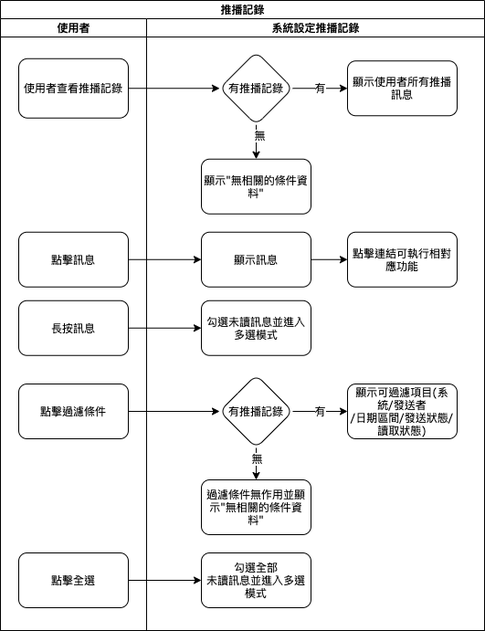
Before: 8.10.0/UPDATE/ITEM_2/MAE/image/workflow_record.png, a diagram exported from draw.io (ArcareRD/sadocs). Source tidied: cells renumbered, new cells last; positions are measured from the earlier drawing's top-left corner, leaving out a move shared by most shapes.
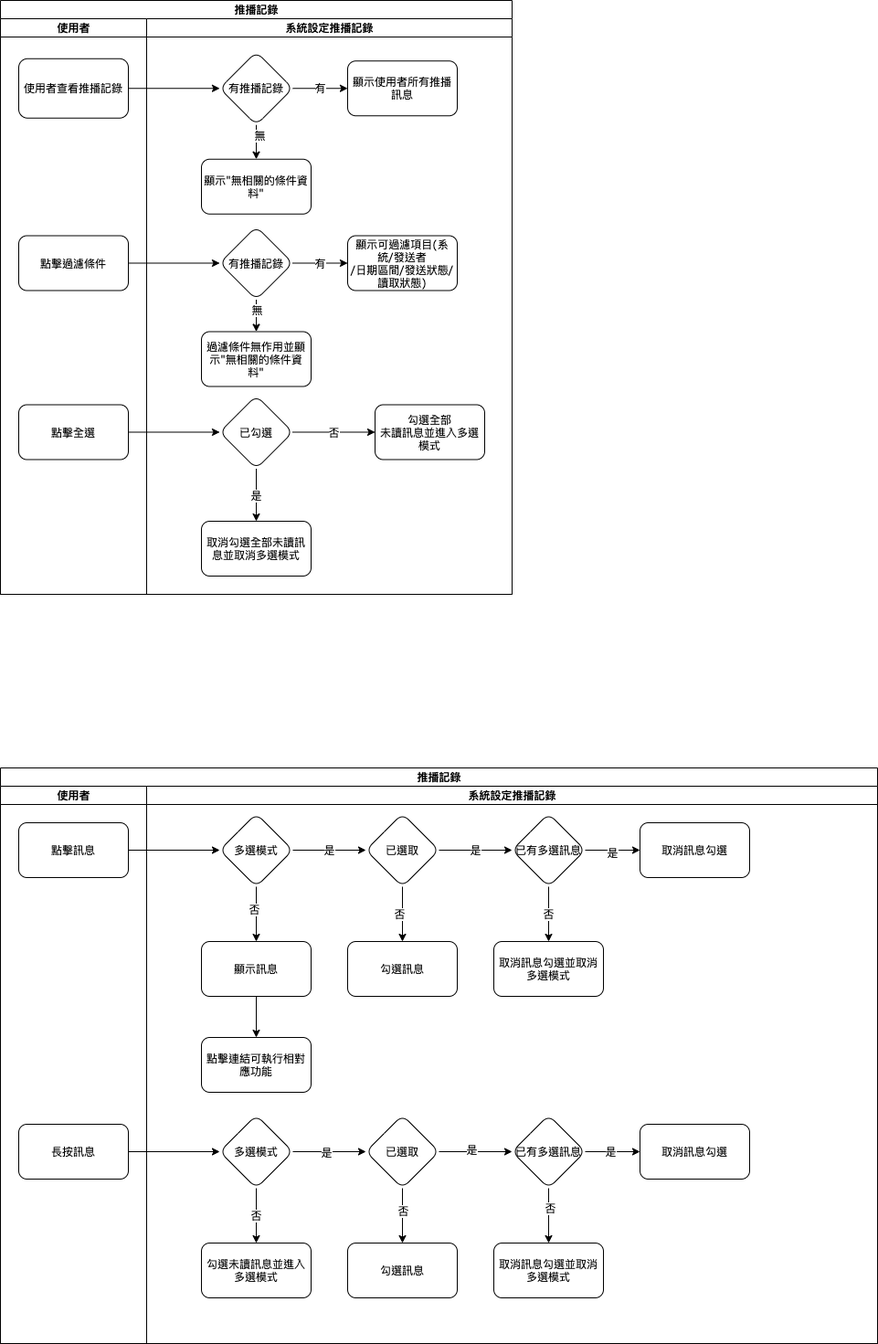
After the commit.

Commit message:
notification workflow

The edit, as a diff of the source:
```diff
@@ -3,56 +3,35 @@
     <mxCell id="0" />
     <mxCell id="1" parent="0" />
     <mxCell id="2" value="推播記錄" style="swimlane;html=1;startSize=20;rounded=0;shadow=0;labelBackgroundColor=none;strokeWidth=1;fontFamily=Verdana;fontSize=8;align=center;" parent="1" vertex="1">
-      <mxGeometry width="530" height="690" as="geometry" />
+      <mxGeometry width="560" height="650" as="geometry" />
     </mxCell>
     <mxCell id="3" value="使用者" style="swimlane;html=1;startSize=20;" parent="2" vertex="1">
-      <mxGeometry y="20" width="160" height="670" as="geometry" />
+      <mxGeometry y="20" width="160" height="630" as="geometry" />
     </mxCell>
     <mxCell id="4" value="使用者查看推播記錄" style="rounded=1;whiteSpace=wrap;html=1;shadow=0;labelBackgroundColor=none;strokeWidth=1;fontFamily=Verdana;fontSize=8;align=center;" parent="3" vertex="1">
       <mxGeometry x="20" y="43.8" width="120" height="65" as="geometry" />
     </mxCell>
-    <mxCell id="5" value="&lt;span style=&quot;font-family: &amp;#34;verdana&amp;#34;&quot;&gt;點擊訊息&lt;/span&gt;" style="whiteSpace=wrap;html=1;rounded=1;shadow=0;fontFamily=Verdana;fontSize=8;strokeWidth=1;" parent="3" vertex="1">
-      <mxGeometry x="20" y="233.8" width="120" height="60" as="geometry" />
-    </mxCell>
-    <mxCell id="6" value="&lt;span style=&quot;font-family: &amp;#34;verdana&amp;#34;&quot;&gt;長按訊息&lt;/span&gt;" style="whiteSpace=wrap;html=1;rounded=1;shadow=0;fontFamily=Verdana;fontSize=8;strokeWidth=1;" parent="3" vertex="1">
-      <mxGeometry x="20" y="308.8" width="120" height="60" as="geometry" />
-    </mxCell>
     <mxCell id="7" value="&lt;span style=&quot;font-family: &amp;#34;helvetica&amp;#34; ; font-size: 11px ; background-color: rgb(255 , 255 , 255)&quot;&gt;點擊過濾條件&lt;/span&gt;" style="whiteSpace=wrap;html=1;rounded=1;shadow=0;fontFamily=Verdana;fontSize=8;strokeWidth=1;" parent="3" vertex="1">
-      <mxGeometry x="20" y="400" width="120" height="60" as="geometry" />
+      <mxGeometry x="20" y="237.5" width="120" height="60" as="geometry" />
     </mxCell>
     <mxCell id="8" value="&lt;span style=&quot;font-family: &amp;#34;helvetica&amp;#34; ; font-size: 11px ; background-color: rgb(255 , 255 , 255)&quot;&gt;點擊全選&lt;/span&gt;" style="whiteSpace=wrap;html=1;rounded=1;shadow=0;fontFamily=Verdana;fontSize=8;strokeWidth=1;" parent="3" vertex="1">
-      <mxGeometry x="20" y="585" width="120" height="60" as="geometry" />
+      <mxGeometry x="20" y="422.5" width="120" height="60" as="geometry" />
     </mxCell>
-    <mxCell id="9" style="edgeStyle=orthogonalEdgeStyle;rounded=1;jettySize=auto;html=1;" parent="2" edge="1" source="6" target="14">
-      <mxGeometry relative="1" as="geometry" />
-    </mxCell>
     <mxCell id="10" style="edgeStyle=orthogonalEdgeStyle;rounded=0;jettySize=auto;html=1;" parent="2" edge="1" source="4" target="19">
       <mxGeometry relative="1" as="geometry" />
     </mxCell>
-    <mxCell id="11" style="edgeStyle=orthogonalEdgeStyle;rounded=1;jettySize=auto;html=1;" parent="2" edge="1" source="5" target="13">
-      <mxGeometry relative="1" as="geometry" />
-    </mxCell>
+    <mxCell id="31" style="edgeStyle=orthogonalEdgeStyle;rounded=0;jettySize=auto;html=1;" parent="2" edge="1" source="7" target="26">
+      <mxGeometry relative="1" as="geometry" />
+    </mxCell>
     <mxCell id="12" value="系統設定推播記錄" style="swimlane;html=1;startSize=20;" parent="2" vertex="1">
-      <mxGeometry x="160" y="20" width="370" height="670" as="geometry" />
+      <mxGeometry x="160" y="20" width="400" height="630" as="geometry" />
     </mxCell>
-    <mxCell id="13" value="&lt;span&gt;顯示訊息&lt;/span&gt;" style="whiteSpace=wrap;html=1;rounded=1;shadow=0;fontFamily=Verdana;fontSize=8;strokeWidth=1;" parent="12" vertex="1">
-      <mxGeometry x="60" y="233.8" width="120" height="60" as="geometry" />
-    </mxCell>
-    <mxCell id="14" value="&lt;span&gt;勾選未讀訊息並進入多選模式&lt;/span&gt;" style="whiteSpace=wrap;html=1;rounded=1;shadow=0;fontFamily=Verdana;fontSize=8;strokeWidth=1;" parent="12" vertex="1">
-      <mxGeometry x="60" y="308.8" width="120" height="60" as="geometry" />
-    </mxCell>
     <mxCell id="15" value="&lt;span&gt;顯示可過濾項目(系統/&lt;/span&gt;發送者&lt;span&gt;&lt;br&gt;/日期區間/發送狀態/讀取狀態)&lt;/span&gt;" style="whiteSpace=wrap;html=1;rounded=1;shadow=0;fontFamily=Verdana;fontSize=8;strokeWidth=1;" parent="12" vertex="1">
-      <mxGeometry x="220" y="400" width="120" height="60" as="geometry" />
+      <mxGeometry x="220" y="237.5" width="120" height="60" as="geometry" />
     </mxCell>
     <mxCell id="16" value="&lt;span&gt;勾選全部&lt;/span&gt;&lt;br&gt;&lt;span&gt;未讀訊息並進入多選模式&lt;/span&gt;" style="whiteSpace=wrap;html=1;rounded=1;shadow=0;fontFamily=Verdana;fontSize=8;strokeWidth=1;" parent="12" vertex="1">
-      <mxGeometry x="60" y="585" width="120" height="60" as="geometry" />
+      <mxGeometry x="250" y="422.5" width="120" height="60" as="geometry" />
     </mxCell>
-    <mxCell id="17" value="點擊連結可執行相對應功能" style="whiteSpace=wrap;html=1;rounded=1;shadow=0;fontFamily=Verdana;fontSize=8;strokeWidth=1;" parent="12" vertex="1">
-      <mxGeometry x="220" y="233.8" width="120" height="60" as="geometry" />
-    </mxCell>
-    <mxCell id="18" style="edgeStyle=orthogonalEdgeStyle;rounded=1;jettySize=auto;html=1;" parent="12" edge="1" source="13" target="17">
-      <mxGeometry relative="1" as="geometry" />
-    </mxCell>
     <mxCell id="19" value="有推播記錄" style="rhombus;whiteSpace=wrap;html=1;rounded=1;shadow=0;fontFamily=Verdana;fontSize=8;strokeWidth=1;" parent="12" vertex="1">
       <mxGeometry x="80" y="36.2" width="80" height="80" as="geometry" />
     </mxCell>
@@ -77,10 +56,10 @@
       <mxGeometry relative="1" as="geometry" />
     </mxCell>
     <mxCell id="26" value="有推播記錄" style="rhombus;whiteSpace=wrap;html=1;rounded=1;shadow=0;fontFamily=Verdana;fontSize=8;strokeWidth=1;" parent="12" vertex="1">
-      <mxGeometry x="80" y="390" width="80" height="80" as="geometry" />
+      <mxGeometry x="80" y="227.5" width="80" height="80" as="geometry" />
     </mxCell>
     <mxCell id="27" value="&lt;span&gt;過濾條件無作用並顯示&quot;無相關的條件資料&quot;&lt;/span&gt;" style="whiteSpace=wrap;html=1;rounded=1;shadow=0;fontFamily=Verdana;fontSize=8;strokeWidth=1;" parent="12" vertex="1">
-      <mxGeometry x="60" y="505" width="120" height="60" as="geometry" />
+      <mxGeometry x="60" y="342.5" width="120" height="60" as="geometry" />
     </mxCell>
     <mxCell id="28" style="edgeStyle=orthogonalEdgeStyle;rounded=0;jettySize=auto;html=1;" parent="12" edge="1" source="26" target="27">
       <mxGeometry relative="1" as="geometry" />
@@ -88,11 +67,149 @@
     <mxCell id="29" value="無" style="edgeLabel;html=1;align=center;verticalAlign=middle;" parent="28" vertex="1">
       <mxGeometry x="-0.49" relative="1" as="geometry" />
     </mxCell>
-    <mxCell id="30" style="edgeStyle=orthogonalEdgeStyle;rounded=1;jettySize=auto;html=1;" parent="2" edge="1" source="8" target="16">
-      <mxGeometry relative="1" as="geometry" />
-    </mxCell>
-    <mxCell id="31" style="edgeStyle=orthogonalEdgeStyle;rounded=0;jettySize=auto;html=1;" parent="2" edge="1" source="7" target="26">
-      <mxGeometry relative="1" as="geometry" />
-    </mxCell>
+    <mxCell id="32" value="否" style="edgeStyle=orthogonalEdgeStyle;rounded=0;jettySize=auto;html=1;exitX=1;exitY=0.5;exitDx=0;exitDy=0;" parent="12" edge="1" source="33" target="16">
+      <mxGeometry relative="1" as="geometry" />
+    </mxCell>
+    <mxCell id="33" value="已勾選" style="rhombus;whiteSpace=wrap;html=1;rounded=1;shadow=0;fontFamily=Verdana;fontSize=8;strokeWidth=1;" parent="12" vertex="1">
+      <mxGeometry x="80" y="412.5" width="80" height="80" as="geometry" />
+    </mxCell>
+    <mxCell id="34" value="取消勾選全部未讀訊息並取消多選模式" style="whiteSpace=wrap;html=1;rounded=1;shadow=0;fontFamily=Verdana;fontSize=8;strokeWidth=1;" parent="12" vertex="1">
+      <mxGeometry x="60" y="550" width="120" height="60" as="geometry" />
+    </mxCell>
+    <mxCell id="35" value="是" style="edgeStyle=orthogonalEdgeStyle;rounded=0;jettySize=auto;html=1;" parent="12" edge="1" source="33" target="34">
+      <mxGeometry relative="1" as="geometry" />
+    </mxCell>
+    <mxCell id="36" style="edgeStyle=orthogonalEdgeStyle;rounded=0;jettySize=auto;html=1;" parent="2" edge="1" source="8" target="33">
+      <mxGeometry relative="1" as="geometry" />
+    </mxCell>
+    <mxCell id="37" value="推播記錄" style="swimlane;html=1;startSize=20;rounded=0;shadow=0;labelBackgroundColor=none;strokeWidth=1;fontFamily=Verdana;fontSize=8;align=center;" parent="1" vertex="1">
+      <mxGeometry y="840" width="960" height="630" as="geometry" />
+    </mxCell>
+    <mxCell id="38" value="使用者" style="swimlane;html=1;startSize=20;" parent="37" vertex="1">
+      <mxGeometry y="20" width="160" height="610" as="geometry" />
+    </mxCell>
+    <mxCell id="5" value="&lt;span style=&quot;font-family: &amp;#34;verdana&amp;#34;&quot;&gt;點擊訊息&lt;/span&gt;" style="whiteSpace=wrap;html=1;rounded=1;shadow=0;fontFamily=Verdana;fontSize=8;strokeWidth=1;" parent="38" vertex="1">
+      <mxGeometry x="20" y="40" width="120" height="60" as="geometry" />
+    </mxCell>
+    <mxCell id="6" value="&lt;span style=&quot;font-family: &amp;#34;verdana&amp;#34;&quot;&gt;長按訊息&lt;/span&gt;" style="whiteSpace=wrap;html=1;rounded=1;shadow=0;fontFamily=Verdana;fontSize=8;strokeWidth=1;" parent="38" vertex="1">
+      <mxGeometry x="20" y="370" width="120" height="60" as="geometry" />
+    </mxCell>
+    <mxCell id="39" value="系統設定推播記錄" style="swimlane;html=1;startSize=20;" parent="37" vertex="1">
+      <mxGeometry x="160" y="20" width="800" height="610" as="geometry" />
+    </mxCell>
+    <mxCell id="13" value="&lt;span&gt;顯示訊息&lt;/span&gt;" style="whiteSpace=wrap;html=1;rounded=1;shadow=0;fontFamily=Verdana;fontSize=8;strokeWidth=1;" parent="39" vertex="1">
+      <mxGeometry x="60" y="170" width="120" height="60" as="geometry" />
+    </mxCell>
+    <mxCell id="14" value="&lt;span&gt;勾選未讀訊息並進入多選模式&lt;/span&gt;" style="whiteSpace=wrap;html=1;rounded=1;shadow=0;fontFamily=Verdana;fontSize=8;strokeWidth=1;" parent="39" vertex="1">
+      <mxGeometry x="60" y="500" width="120" height="60" as="geometry" />
+    </mxCell>
+    <mxCell id="17" value="點擊連結可執行相對應功能" style="whiteSpace=wrap;html=1;rounded=1;shadow=0;fontFamily=Verdana;fontSize=8;strokeWidth=1;" parent="39" vertex="1">
+      <mxGeometry x="60" y="275" width="120" height="60" as="geometry" />
+    </mxCell>
+    <mxCell id="18" style="edgeStyle=orthogonalEdgeStyle;rounded=1;jettySize=auto;html=1;" parent="39" edge="1" source="13" target="17">
+      <mxGeometry relative="1" as="geometry" />
+    </mxCell>
+    <mxCell id="40" style="edgeStyle=orthogonalEdgeStyle;rounded=0;jettySize=auto;html=1;" parent="39" edge="1" source="42" target="13">
+      <mxGeometry relative="1" as="geometry" />
+    </mxCell>
+    <mxCell id="41" value="否" style="edgeLabel;html=1;align=center;verticalAlign=middle;" parent="40" vertex="1">
+      <mxGeometry x="-0.18" y="-3" relative="1" as="geometry" />
+    </mxCell>
+    <mxCell id="42" value="多選模式" style="rhombus;whiteSpace=wrap;html=1;rounded=1;shadow=0;fontFamily=Verdana;fontSize=8;strokeWidth=1;" parent="39" vertex="1">
+      <mxGeometry x="80" y="30" width="80" height="80" as="geometry" />
+    </mxCell>
+    <mxCell id="43" value="已選取" style="rhombus;whiteSpace=wrap;html=1;rounded=1;shadow=0;fontFamily=Verdana;fontSize=8;strokeWidth=1;" parent="39" vertex="1">
+      <mxGeometry x="240" y="30" width="80" height="80" as="geometry" />
+    </mxCell>
+    <mxCell id="44" value="是" style="edgeStyle=orthogonalEdgeStyle;rounded=0;jettySize=auto;html=1;" parent="39" edge="1" source="42" target="43">
+      <mxGeometry relative="1" as="geometry" />
+    </mxCell>
+    <mxCell id="45" value="勾選訊息" style="whiteSpace=wrap;html=1;rounded=1;shadow=0;fontFamily=Verdana;fontSize=8;strokeWidth=1;" parent="39" vertex="1">
+      <mxGeometry x="220" y="170" width="120" height="60" as="geometry" />
+    </mxCell>
+    <mxCell id="46" style="edgeStyle=orthogonalEdgeStyle;rounded=0;jettySize=auto;html=1;" parent="39" edge="1" source="43" target="45">
+      <mxGeometry relative="1" as="geometry" />
+    </mxCell>
+    <mxCell id="47" value="否" style="edgeLabel;html=1;align=center;verticalAlign=middle;" parent="46" vertex="1">
+      <mxGeometry x="-0.03" y="-4" relative="1" as="geometry" />
+    </mxCell>
+    <mxCell id="48" value="已有多選訊息" style="rhombus;whiteSpace=wrap;html=1;rounded=1;shadow=0;fontFamily=Verdana;fontSize=8;strokeWidth=1;" parent="39" vertex="1">
+      <mxGeometry x="400" y="30" width="80" height="80" as="geometry" />
+    </mxCell>
+    <mxCell id="49" value="是" style="edgeStyle=orthogonalEdgeStyle;rounded=0;jettySize=auto;html=1;" parent="39" edge="1" source="43" target="48">
+      <mxGeometry relative="1" as="geometry" />
+    </mxCell>
+    <mxCell id="50" value="取消訊息勾選並取消多選模式" style="whiteSpace=wrap;html=1;rounded=1;shadow=0;fontFamily=Verdana;fontSize=8;strokeWidth=1;" parent="39" vertex="1">
+      <mxGeometry x="380" y="170" width="120" height="60" as="geometry" />
+    </mxCell>
+    <mxCell id="51" value="否" style="edgeStyle=orthogonalEdgeStyle;rounded=0;jettySize=auto;html=1;" parent="39" edge="1" source="48" target="50">
+      <mxGeometry relative="1" as="geometry" />
+    </mxCell>
+    <mxCell id="52" value="否" style="edgeStyle=orthogonalEdgeStyle;rounded=0;jettySize=auto;html=1;exitX=0.5;exitY=1;exitDx=0;exitDy=0;" parent="39" edge="1" source="53" target="14">
+      <mxGeometry relative="1" as="geometry" />
+    </mxCell>
+    <mxCell id="53" value="&lt;span&gt;多選模式&lt;/span&gt;" style="rhombus;whiteSpace=wrap;html=1;rounded=1;shadow=0;fontFamily=Verdana;fontSize=8;strokeWidth=1;" parent="39" vertex="1">
+      <mxGeometry x="80" y="360" width="80" height="80" as="geometry" />
+    </mxCell>
+    <mxCell id="54" value="勾選&lt;span&gt;訊息&lt;/span&gt;" style="whiteSpace=wrap;html=1;rounded=1;shadow=0;fontFamily=Verdana;fontSize=8;strokeWidth=1;" parent="39" vertex="1">
+      <mxGeometry x="220" y="500" width="120" height="60" as="geometry" />
+    </mxCell>
+    <mxCell id="55" value="&lt;span&gt;取消訊息勾選並取消多選模式&lt;/span&gt;" style="whiteSpace=wrap;html=1;rounded=1;shadow=0;fontFamily=Verdana;fontSize=8;strokeWidth=1;" parent="39" vertex="1">
+      <mxGeometry x="380" y="500" width="120" height="60" as="geometry" />
+    </mxCell>
+    <mxCell id="56" style="edgeStyle=orthogonalEdgeStyle;rounded=0;jettySize=auto;html=1;" parent="37" edge="1" source="5" target="42">
+      <mxGeometry relative="1" as="geometry" />
+    </mxCell>
+    <mxCell id="57" style="edgeStyle=orthogonalEdgeStyle;rounded=0;jettySize=auto;html=1;" parent="37" edge="1" source="6" target="53">
+      <mxGeometry relative="1" as="geometry" />
+    </mxCell>
+    <mxCell id="58" value="取消訊息勾選" style="whiteSpace=wrap;html=1;rounded=1;shadow=0;fontFamily=Verdana;fontSize=8;strokeWidth=1;" parent="1" vertex="1">
+      <mxGeometry x="700" y="900" width="120" height="60" as="geometry" />
+    </mxCell>
+    <mxCell id="59" style="edgeStyle=orthogonalEdgeStyle;rounded=0;jettySize=auto;html=1;" parent="1" edge="1" source="48" target="58">
+      <mxGeometry relative="1" as="geometry" />
+    </mxCell>
+    <mxCell id="60" value="是" style="edgeLabel;html=1;align=center;verticalAlign=middle;" parent="59" vertex="1">
+      <mxGeometry x="-0.03" y="-2" relative="1" as="geometry" />
+    </mxCell>
+    <mxCell id="61" style="edgeStyle=orthogonalEdgeStyle;rounded=0;jettySize=auto;html=1;" parent="1" edge="1" source="65" target="54">
+      <mxGeometry relative="1" as="geometry" />
+    </mxCell>
+    <mxCell id="62" value="否" style="edgeLabel;html=1;align=center;verticalAlign=middle;" parent="61" vertex="1">
+      <mxGeometry x="-0.2" relative="1" as="geometry" />
+    </mxCell>
+    <mxCell id="63" style="edgeStyle=orthogonalEdgeStyle;rounded=0;jettySize=auto;html=1;" parent="1" edge="1" source="65" target="72">
+      <mxGeometry relative="1" as="geometry" />
+    </mxCell>
+    <mxCell id="64" value="是" style="edgeLabel;html=1;align=center;verticalAlign=middle;" parent="63" vertex="1">
+      <mxGeometry x="-0.12" y="3" relative="1" as="geometry" />
+    </mxCell>
+    <mxCell id="65" value="已選取" style="rhombus;whiteSpace=wrap;html=1;rounded=1;shadow=0;fontFamily=Verdana;fontSize=8;strokeWidth=1;" parent="1" vertex="1">
+      <mxGeometry x="400" y="1220" width="80" height="80" as="geometry" />
+    </mxCell>
+    <mxCell id="66" style="edgeStyle=orthogonalEdgeStyle;rounded=0;jettySize=auto;html=1;" parent="1" edge="1" source="53" target="65">
+      <mxGeometry relative="1" as="geometry" />
+    </mxCell>
+    <mxCell id="67" value="是" style="edgeLabel;html=1;align=center;verticalAlign=middle;" parent="66" vertex="1">
+      <mxGeometry x="-0.1" relative="1" as="geometry" />
+    </mxCell>
+    <mxCell id="68" style="edgeStyle=orthogonalEdgeStyle;rounded=0;jettySize=auto;html=1;" parent="1" edge="1" source="72" target="73">
+      <mxGeometry relative="1" as="geometry" />
+    </mxCell>
+    <mxCell id="69" value="是" style="edgeLabel;html=1;align=center;verticalAlign=middle;" parent="68" vertex="1">
+      <mxGeometry x="-0.1" y="1" relative="1" as="geometry" />
+    </mxCell>
+    <mxCell id="70" style="edgeStyle=orthogonalEdgeStyle;rounded=0;jettySize=auto;html=1;" parent="1" edge="1" source="72" target="55">
+      <mxGeometry relative="1" as="geometry" />
+    </mxCell>
+    <mxCell id="71" value="否" style="edgeLabel;html=1;align=center;verticalAlign=middle;" parent="70" vertex="1">
+      <mxGeometry x="-0.3" y="1" relative="1" as="geometry" />
+    </mxCell>
+    <mxCell id="72" value="已有多選訊息" style="rhombus;whiteSpace=wrap;html=1;rounded=1;shadow=0;fontFamily=Verdana;fontSize=8;strokeWidth=1;" parent="1" vertex="1">
+      <mxGeometry x="560" y="1220" width="80" height="80" as="geometry" />
+    </mxCell>
+    <mxCell id="73" value="&lt;span&gt;取消訊息勾選&lt;/span&gt;" style="whiteSpace=wrap;html=1;rounded=1;shadow=0;fontFamily=Verdana;fontSize=8;strokeWidth=1;" parent="1" vertex="1">
+      <mxGeometry x="700" y="1230" width="120" height="60" as="geometry" />
+    </mxCell>
   </root>
 </mxGraphModel>
```
